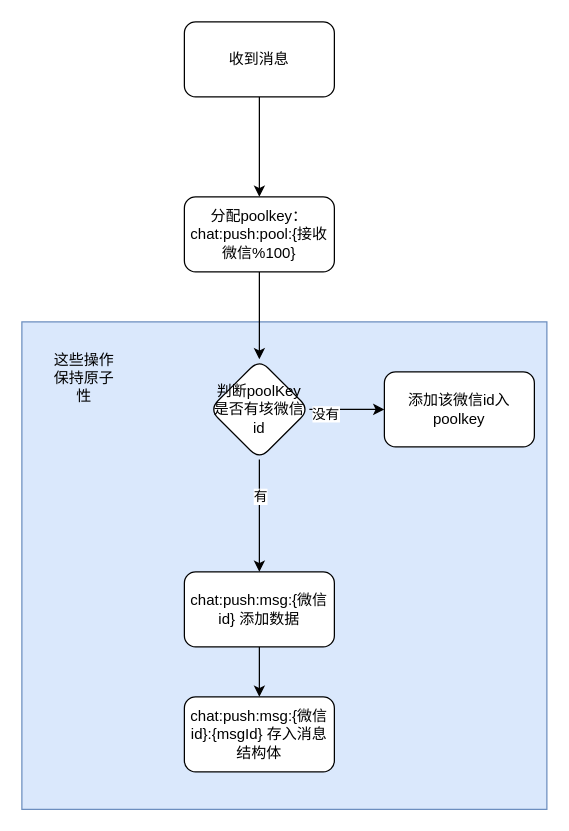
smallleaf/draw.io keeps this draw.io diagram as miyuan/推送服务-存入redis.drawio. Above is the earlier version. Source tidied: cells renumbered, new cells numbered last; positions are measured from the earlier drawing's top-left corner, leaving out a move shared by most shapes. Both pictures are drawn from the tidied source at 125%, with x=0, y=0 at pixel (21, 21).
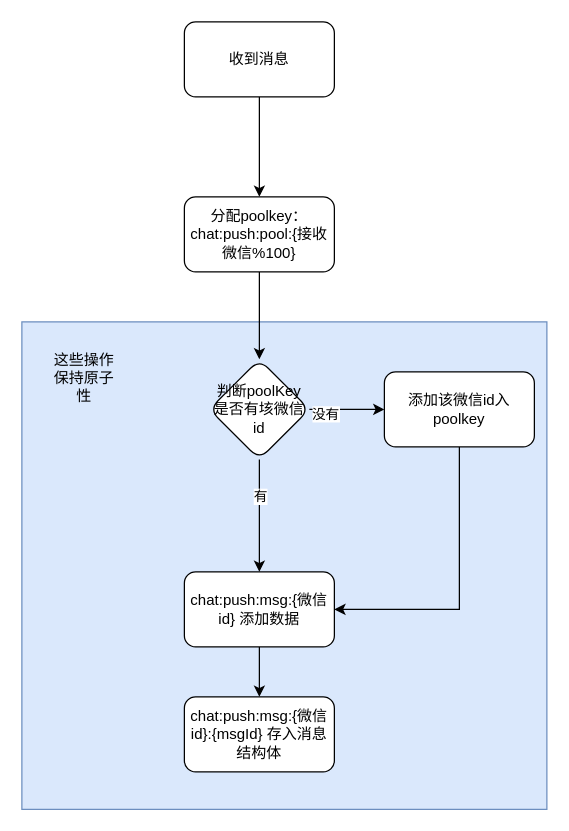
Above is the later version.

Commit message:
更新推送服务-存入redis.drawio

The edit, as a diff of the source:
```diff
@@
 <mxGraphModel>
   <root>
     <mxCell id="0" />
     <mxCell id="1" parent="0" />
     <mxCell id="2" style="rounded=0;whiteSpace=wrap;html=1;fillColor=#dae8fc;strokeColor=#6c8ebf;" parent="1" vertex="1">
       <mxGeometry y="240" width="420" height="390" as="geometry" />
     </mxCell>
     <mxCell id="3" style="edgeStyle=orthogonalEdgeStyle;rounded=0;jettySize=auto;html=1;" parent="1" edge="1" source="4" target="6">
       <mxGeometry relative="1" as="geometry" />
     </mxCell>
     <mxCell id="4" value="收到消息" style="rounded=1;whiteSpace=wrap;html=1;" parent="1" vertex="1">
       <mxGeometry x="130" width="120" height="60" as="geometry" />
     </mxCell>
     <mxCell id="5" style="edgeStyle=orthogonalEdgeStyle;rounded=0;jettySize=auto;html=1;" parent="1" edge="1" source="6" target="11">
       <mxGeometry relative="1" as="geometry" />
     </mxCell>
     <mxCell id="6" value="分配poolkey：chat:push:pool:{接收微信%100}" style="rounded=1;whiteSpace=wrap;html=1;" parent="1" vertex="1">
       <mxGeometry x="130" y="140" width="120" height="60" as="geometry" />
     </mxCell>
     <mxCell id="7" style="edgeStyle=orthogonalEdgeStyle;rounded=0;jettySize=auto;html=1;" parent="1" edge="1" source="11" target="13">
       <mxGeometry relative="1" as="geometry" />
     </mxCell>
     <mxCell id="8" value="有" style="edgeLabel;html=1;align=center;verticalAlign=middle;" parent="7" vertex="1">
       <mxGeometry x="-0.36" relative="1" as="geometry" />
     </mxCell>
     <mxCell id="9" style="edgeStyle=orthogonalEdgeStyle;rounded=0;jettySize=auto;html=1;" parent="1" edge="1" source="11" target="14">
       <mxGeometry relative="1" as="geometry" />
     </mxCell>
     <mxCell id="10" value="没有" style="edgeLabel;html=1;align=center;verticalAlign=middle;" parent="9" vertex="1">
       <mxGeometry x="-0.6" y="-3" relative="1" as="geometry" />
     </mxCell>
     <mxCell id="11" value="判断poolKey是否有垓微信id" style="rhombus;whiteSpace=wrap;html=1;rounded=1;" parent="1" vertex="1">
       <mxGeometry x="150" y="270" width="80" height="80" as="geometry" />
     </mxCell>
     <mxCell id="12" style="edgeStyle=orthogonalEdgeStyle;rounded=0;jettySize=auto;html=1;" parent="1" edge="1" source="13" target="15">
       <mxGeometry relative="1" as="geometry" />
     </mxCell>
     <mxCell id="13" value="chat:push:msg:{微信id} 添加数据" style="whiteSpace=wrap;html=1;rounded=1;" parent="1" vertex="1">
       <mxGeometry x="130" y="440" width="120" height="60" as="geometry" />
     </mxCell>
+    <mxCell id="17" style="edgeStyle=orthogonalEdgeStyle;rounded=0;jettySize=auto;html=1;exitX=0.5;exitY=1;exitDx=0;exitDy=0;entryX=1;entryY=0.5;entryDx=0;entryDy=0;" parent="1" edge="1" source="14" target="13">
+      <mxGeometry relative="1" as="geometry" />
+    </mxCell>
     <mxCell id="14" value="添加该微信id入poolkey" style="whiteSpace=wrap;html=1;rounded=1;" parent="1" vertex="1">
       <mxGeometry x="290" y="280" width="120" height="60" as="geometry" />
     </mxCell>
     <mxCell id="15" value="chat:push:msg:{微信id}:{msgId}&amp;nbsp;存入消息结构体" style="whiteSpace=wrap;html=1;rounded=1;" parent="1" vertex="1">
       <mxGeometry x="130" y="540" width="120" height="60" as="geometry" />
     </mxCell>
     <mxCell id="16" value="这些操作保持原子性" style="text;html=1;align=center;verticalAlign=middle;whiteSpace=wrap;rounded=0;" parent="1" vertex="1">
       <mxGeometry x="20" y="270" width="60" height="30" as="geometry" />
     </mxCell>
   </root>
 </mxGraphModel>
```
